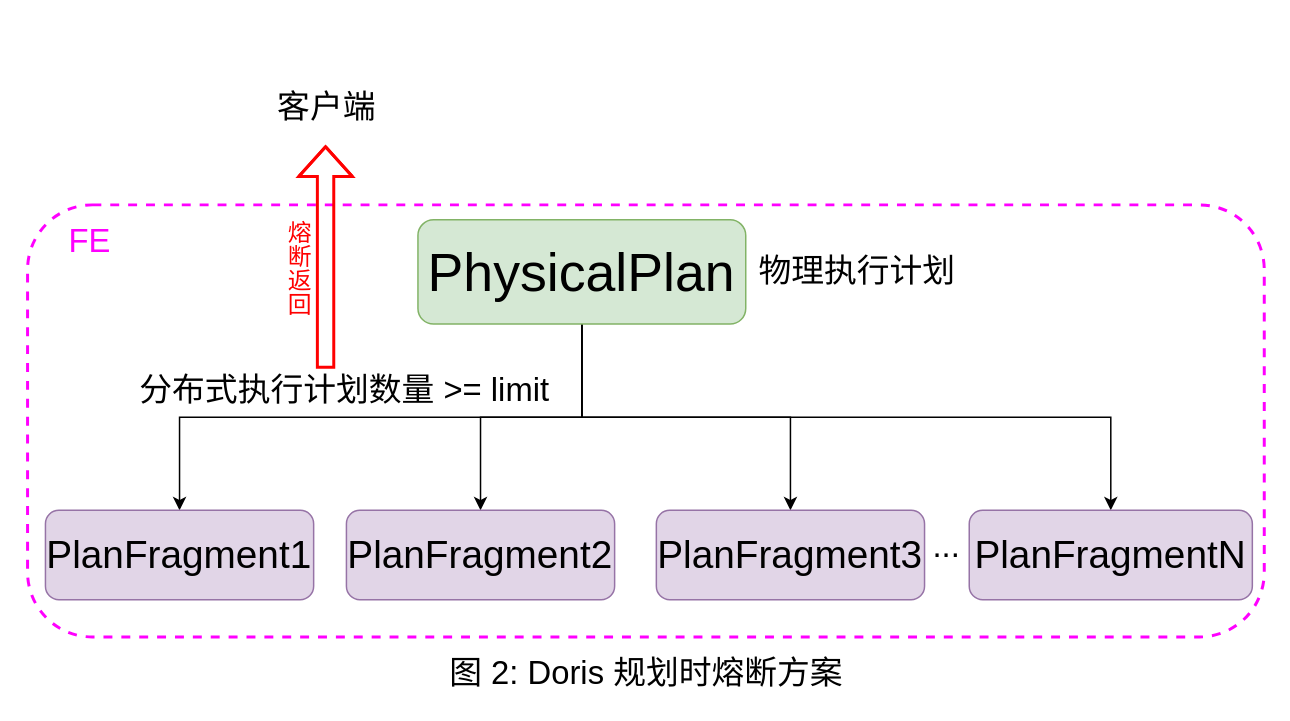
zhangm365/draw_pics keeps this draw.io diagram as page "pipeline-framework-专利2" (8 of 8) of db/doris/query-execution.drawio. Above is the earlier version. Source tidied: cells renumbered, new cells numbered last; positions are measured from the earlier drawing's top-left corner, leaving out a move shared by most shapes. Both pictures are drawn from the tidied source at 149%, with x=0, y=0 at pixel (27, 85).
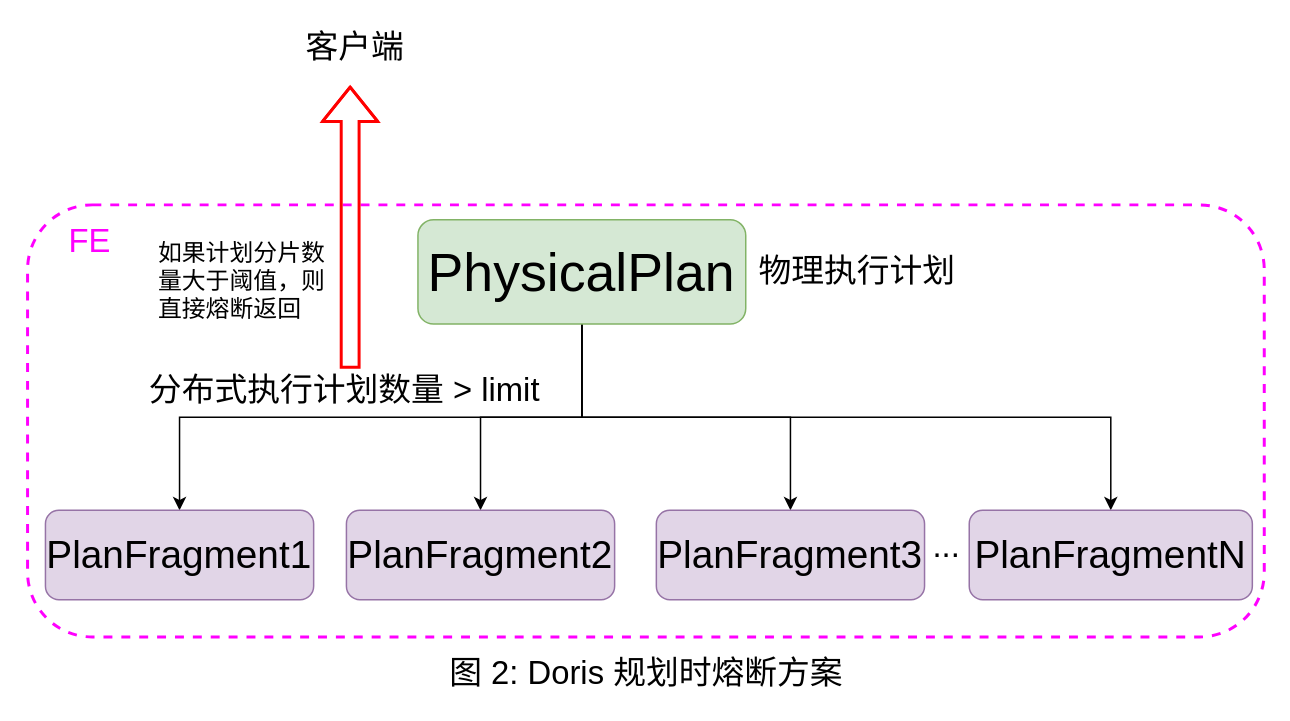
Above is the later version.

Commit message (it also covers changes not shown here):
update the doris-query-execution

The edit, as a diff of the source:
```diff
@@
-    <mxCell id="13" value="&lt;font style=&quot;font-size: 22px;&quot;&gt;分布式执行计划数量 &amp;gt;= limit&lt;/font&gt;" style="text;html=1;align=center;verticalAlign=middle;whiteSpace=wrap;rounded=0;" parent="1" vertex="1">
+    <mxCell id="13" value="&lt;font style=&quot;font-size: 22px;&quot;&gt;分布式执行计划数量 &amp;gt; limit&lt;/font&gt;" style="text;html=1;align=center;verticalAlign=middle;whiteSpace=wrap;rounded=0;" parent="1" vertex="1">
       <mxGeometry x="72" y="190" width="282" height="30" as="geometry" />
     </mxCell>
@@
-    <mxCell id="17" style="shape=flexArrow;endArrow=classic;html=1;rounded=0;strokeColor=#FF0000;strokeWidth=2;startSize=6;endSize=6;endWidth=23;width=10;labelBackgroundColor=none;" parent="1" edge="1">
+    <mxCell id="17" style="shape=flexArrow;endArrow=classic;html=1;rounded=0;strokeColor=#FF0000;strokeWidth=2;startSize=6;endSize=7;endWidth=23;width=11;labelBackgroundColor=none;entryX=0.75;entryY=1;entryDx=0;entryDy=0;" parent="1" edge="1">
       <mxGeometry relative="1" as="geometry">
-        <mxPoint x="200" y="190" as="sourcePoint" />
-        <mxPoint x="200" y="40" as="targetPoint" />
+        <mxPoint x="216.5" y="190" as="sourcePoint" />
+        <mxPoint x="216.5" as="targetPoint" />
         <Array as="points">
-          <mxPoint x="200" y="100" />
-          <mxPoint x="200" y="70" />
+          <mxPoint x="216.5" y="100" />
+          <mxPoint x="216.5" y="70" />
         </Array>
       </mxGeometry>
     </mxCell>
-    <mxCell id="18" value="&lt;font style=&quot;color: rgb(255, 0, 0); font-size: 16px;&quot;&gt;熔断返回&lt;/font&gt;" style="text;html=1;align=center;verticalAlign=middle;whiteSpace=wrap;rounded=0;textDirection=vertical-lr;" parent="1" vertex="1">
-      <mxGeometry x="151" y="78" width="60" height="90" as="geometry" />
+    <mxCell id="18" value="&lt;font style=&quot;font-size: 16px; color: rgb(0, 0, 0);&quot;&gt;如果计划分片数量大于阈值，则直接熔断返回&lt;/font&gt;" style="text;html=1;align=left;verticalAlign=middle;whiteSpace=wrap;rounded=0;" parent="1" vertex="1">
+      <mxGeometry x="86" y="70" width="120" height="122" as="geometry" />
     </mxCell>
     <mxCell id="19" value="&lt;font style=&quot;font-size: 22px;&quot;&gt;客户端&lt;/font&gt;" style="text;html=1;align=center;verticalAlign=middle;whiteSpace=wrap;rounded=0;" parent="1" vertex="1">
-      <mxGeometry x="166" width="70" height="30" as="geometry" />
+      <mxGeometry x="170" y="-40" width="100" height="30" as="geometry" />
     </mxCell>
```
